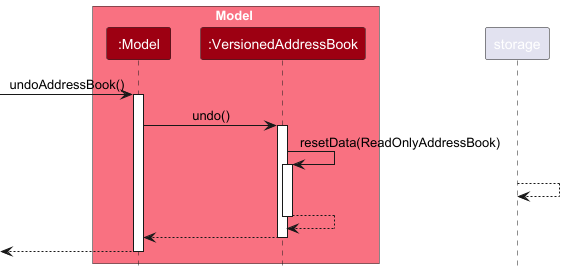
The PlantUML diagram docs/images/UndoSequenceDiagram-Model.png in GeekyGooble/tp, before a commit.
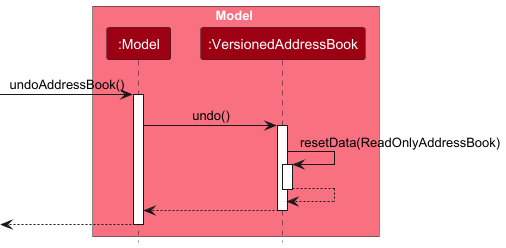
The same file after the commit.

Commit message:
Fix UML diagram

The edit, as a diff of the source:
```diff
@@ -15,7 +15,6 @@
 
 VersionedAddressBook -> VersionedAddressBook : resetData(ReadOnlyAddressBook)
 activate VersionedAddressBook
-storage --> storage
 VersionedAddressBook --> VersionedAddressBook
 deactivate VersionedAddressBook
 
```
